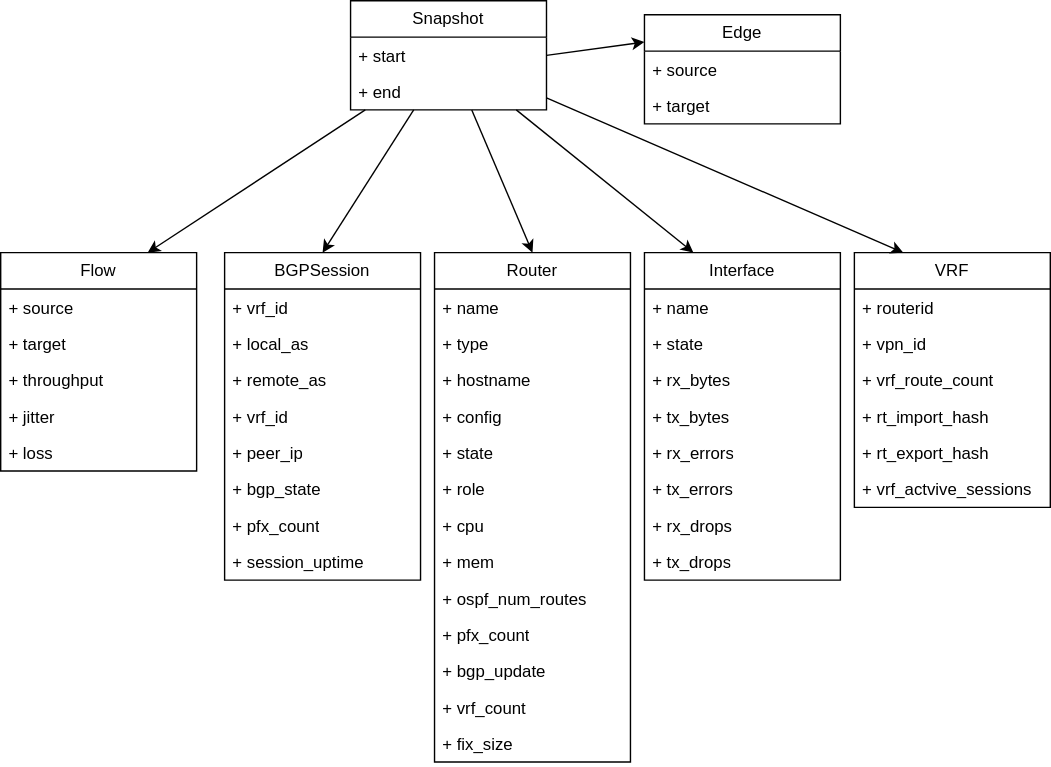
Before: docs/drawings/gnn/snapshots.drawio.svg, a diagram exported from draw.io (matteote/gnnsandbox-twindq-bench). Source tidied: cells renumbered, new cells last; positions are measured from the earlier drawing's top-left corner, leaving out a move shared by most shapes.
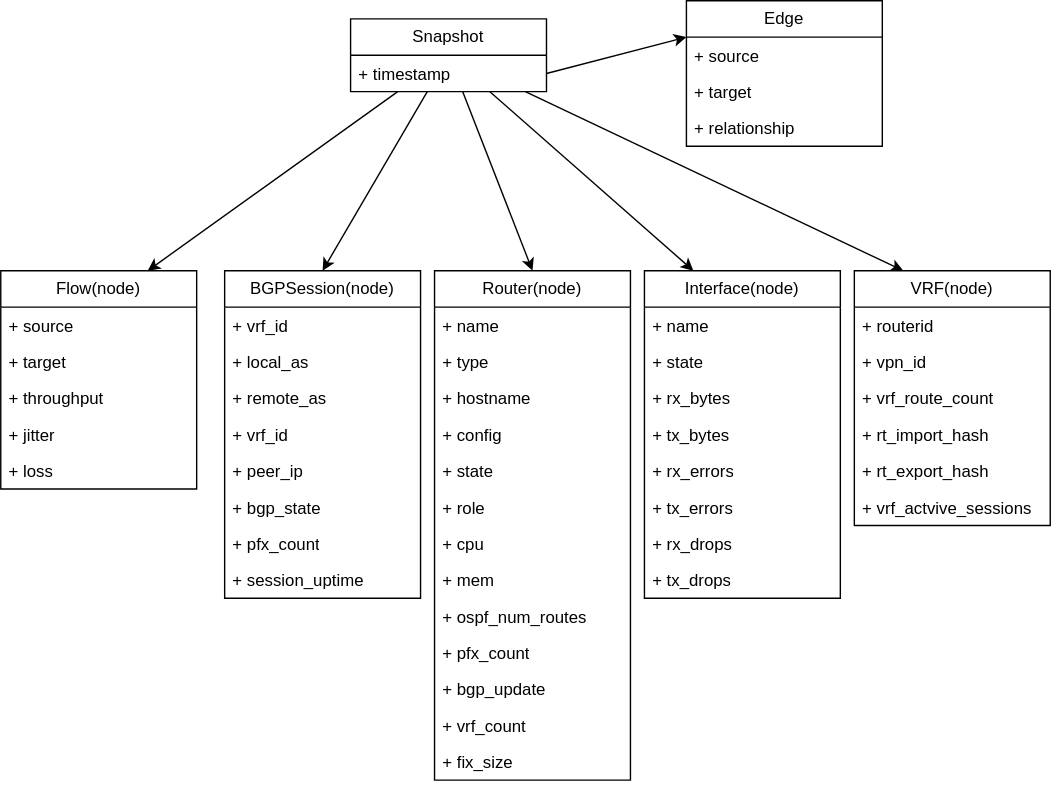
The same file after the commit.

Diff of the diagram source:
```diff
@@ -2,7 +2,7 @@
   <root>
     <mxCell id="0" />
     <mxCell id="1" parent="0" />
-    <mxCell id="2" value="Router" style="swimlane;fontStyle=0;horizontal=1;startSize=26;fillColor=none;whiteSpace=wrap;html=1;" parent="1" vertex="1">
+    <mxCell id="2" value="Router(node)" style="swimlane;fontStyle=0;horizontal=1;startSize=26;fillColor=none;whiteSpace=wrap;html=1;" parent="1" vertex="1">
       <mxGeometry x="310" y="180" width="140" height="364" as="geometry" />
     </mxCell>
     <mxCell id="3" value="+ name" style="text;strokeColor=none;fillColor=none;align=left;verticalAlign=top;spacingLeft=4;spacingRight=4;overflow=hidden;whiteSpace=wrap;html=1;" parent="2" vertex="1">
@@ -44,7 +44,7 @@
     <mxCell id="15" value="+ fix_size" style="text;strokeColor=none;fillColor=none;align=left;verticalAlign=top;spacingLeft=4;spacingRight=4;overflow=hidden;whiteSpace=wrap;html=1;" parent="2" vertex="1">
       <mxGeometry y="338" width="140" height="26" as="geometry" />
     </mxCell>
-    <mxCell id="16" value="Interface" style="swimlane;fontStyle=0;horizontal=1;startSize=26;fillColor=none;whiteSpace=wrap;html=1;" parent="1" vertex="1">
+    <mxCell id="16" value="Interface(node)" style="swimlane;fontStyle=0;horizontal=1;startSize=26;fillColor=none;whiteSpace=wrap;html=1;" parent="1" vertex="1">
       <mxGeometry x="460" y="180" width="140" height="234" as="geometry" />
     </mxCell>
     <mxCell id="17" value="+ name" style="text;strokeColor=none;fillColor=none;align=left;verticalAlign=top;spacingLeft=4;spacingRight=4;overflow=hidden;whiteSpace=wrap;html=1;" parent="16" vertex="1">
@@ -87,15 +87,12 @@
       <mxGeometry relative="1" as="geometry" />
     </mxCell>
     <mxCell id="30" value="Snapshot" style="swimlane;fontStyle=0;horizontal=1;startSize=26;fillColor=none;whiteSpace=wrap;html=1;" parent="1" vertex="1">
-      <mxGeometry x="250" width="140" height="78" as="geometry" />
+      <mxGeometry x="250" width="140" height="52" as="geometry" />
     </mxCell>
-    <mxCell id="31" value="+ start" style="text;strokeColor=none;fillColor=none;align=left;verticalAlign=top;spacingLeft=4;spacingRight=4;overflow=hidden;points=[[0,0.5],[1,0.5]];portConstraint=eastwest;whiteSpace=wrap;html=1;" parent="30" vertex="1">
+    <mxCell id="31" value="+ timestamp" style="text;strokeColor=none;fillColor=none;align=left;verticalAlign=top;spacingLeft=4;spacingRight=4;overflow=hidden;points=[[0,0.5],[1,0.5]];portConstraint=eastwest;whiteSpace=wrap;html=1;" parent="30" vertex="1">
       <mxGeometry y="26" width="140" height="26" as="geometry" />
     </mxCell>
-    <mxCell id="32" value="+ end" style="text;strokeColor=none;fillColor=none;align=left;verticalAlign=top;spacingLeft=4;spacingRight=4;overflow=hidden;whiteSpace=wrap;html=1;" parent="30" vertex="1">
-      <mxGeometry y="52" width="140" height="26" as="geometry" />
-    </mxCell>
-    <mxCell id="33" value="BGPSession" style="swimlane;fontStyle=0;horizontal=1;startSize=26;fillColor=none;whiteSpace=wrap;html=1;" parent="1" vertex="1">
+    <mxCell id="33" value="BGPSession(node)" style="swimlane;fontStyle=0;horizontal=1;startSize=26;fillColor=none;whiteSpace=wrap;html=1;" parent="1" vertex="1">
       <mxGeometry x="160" y="180" width="140" height="234" as="geometry" />
     </mxCell>
     <mxCell id="34" value="+ vrf_id" style="text;strokeColor=none;fillColor=none;align=left;verticalAlign=top;spacingLeft=4;spacingRight=4;overflow=hidden;whiteSpace=wrap;html=1;" parent="33" vertex="1">
@@ -123,7 +120,7 @@
       <mxGeometry y="208" width="140" height="26" as="geometry" />
     </mxCell>
     <mxCell id="42" value="Edge" style="swimlane;fontStyle=0;horizontal=1;startSize=26;fillColor=none;whiteSpace=wrap;html=1;" parent="1" vertex="1">
-      <mxGeometry x="460" y="10" width="140" height="78" as="geometry" />
+      <mxGeometry x="490" y="-13" width="140" height="104" as="geometry" />
     </mxCell>
     <mxCell id="43" value="+ source" style="text;strokeColor=none;fillColor=none;align=left;verticalAlign=top;spacingLeft=4;spacingRight=4;overflow=hidden;whiteSpace=wrap;html=1;" parent="42" vertex="1">
       <mxGeometry y="26" width="140" height="26" as="geometry" />
@@ -131,10 +128,13 @@
     <mxCell id="44" value="+ target" style="text;strokeColor=none;fillColor=none;align=left;verticalAlign=top;spacingLeft=4;spacingRight=4;overflow=hidden;whiteSpace=wrap;html=1;" parent="42" vertex="1">
       <mxGeometry y="52" width="140" height="26" as="geometry" />
     </mxCell>
+    <mxCell id="59" value="+ relationship" style="text;strokeColor=none;fillColor=none;align=left;verticalAlign=top;spacingLeft=4;spacingRight=4;overflow=hidden;whiteSpace=wrap;html=1;" parent="42" vertex="1">
+      <mxGeometry y="78" width="140" height="26" as="geometry" />
+    </mxCell>
     <mxCell id="45" style="edgeStyle=none;html=1;entryX=0;entryY=0.25;entryDx=0;entryDy=0;exitX=1;exitY=0.5;exitDx=0;exitDy=0;" parent="1" edge="1" source="31" target="42">
       <mxGeometry relative="1" as="geometry" />
     </mxCell>
-    <mxCell id="46" value="Flow" style="swimlane;fontStyle=0;horizontal=1;startSize=26;fillColor=none;whiteSpace=wrap;html=1;" parent="1" vertex="1">
+    <mxCell id="46" value="Flow(node)" style="swimlane;fontStyle=0;horizontal=1;startSize=26;fillColor=none;whiteSpace=wrap;html=1;" parent="1" vertex="1">
       <mxGeometry y="180" width="140" height="156" as="geometry" />
     </mxCell>
     <mxCell id="47" value="+ source" style="text;strokeColor=none;fillColor=none;align=left;verticalAlign=top;spacingLeft=4;spacingRight=4;overflow=hidden;whiteSpace=wrap;html=1;" parent="46" vertex="1">
@@ -152,7 +152,7 @@
     <mxCell id="51" value="+ loss" style="text;strokeColor=none;fillColor=none;align=left;verticalAlign=top;spacingLeft=4;spacingRight=4;overflow=hidden;whiteSpace=wrap;html=1;" parent="46" vertex="1">
       <mxGeometry y="130" width="140" height="26" as="geometry" />
     </mxCell>
-    <mxCell id="52" value="VRF" style="swimlane;fontStyle=0;horizontal=1;startSize=26;fillColor=none;whiteSpace=wrap;html=1;" parent="1" vertex="1">
+    <mxCell id="52" value="VRF(node)" style="swimlane;fontStyle=0;horizontal=1;startSize=26;fillColor=none;whiteSpace=wrap;html=1;" parent="1" vertex="1">
       <mxGeometry x="610" y="180" width="140" height="182" as="geometry" />
     </mxCell>
     <mxCell id="53" value="+ routerid" style="text;strokeColor=none;fillColor=none;align=left;verticalAlign=top;spacingLeft=4;spacingRight=4;overflow=hidden;whiteSpace=wrap;html=1;" parent="52" vertex="1">
```
